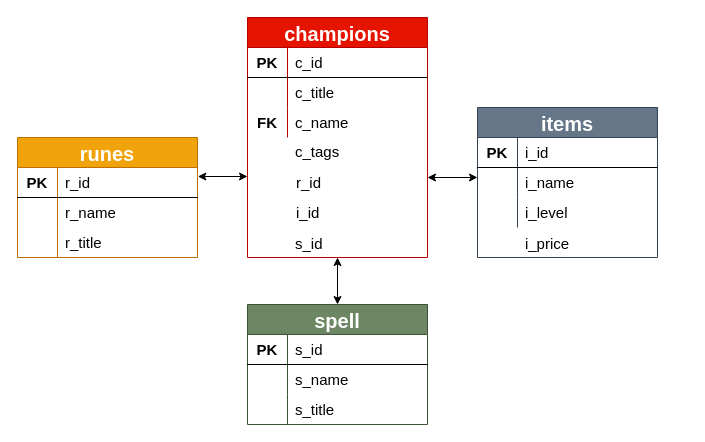
Earlier version of the draw.io diagram Main_Project/diagram/project_lol.drawio (sujeong-jang-creator/JSJB_MiniProject). Source tidied: cells renumbered, new cells numbered last; positions are measured from the earlier drawing's top-left corner, leaving out a move shared by most shapes. Both pictures are drawn from the tidied source at 100%, with x=0, y=0 at pixel (17, 17).
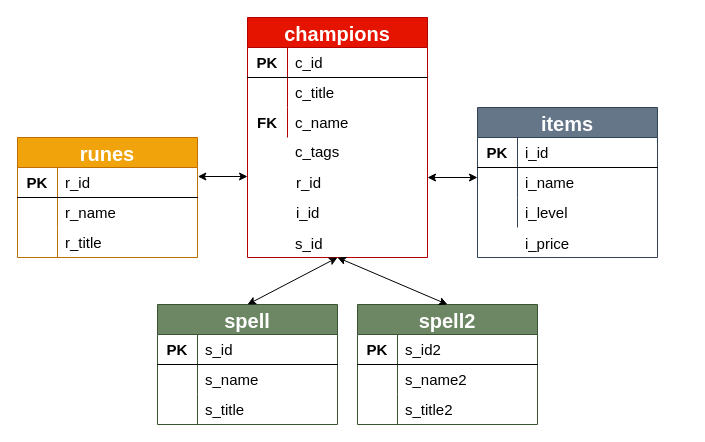
After the change.

Commit message (it also covers changes not shown here):
add table [spell2]

add table [spell2]

The edit, as a diff of the source:
```diff
@@
     <mxCell id="50" value="spell" style="shape=table;startSize=30;childLayout=tableLayout;rowLines=0;fontStyle=1;align=center;fontSize=20;fillColor=#6d8764;strokeColor=#3A5431;fontColor=#ffffff;" parent="1" vertex="1">
-      <mxGeometry x="230" y="287" width="180" height="120" as="geometry" />
+      <mxGeometry x="140" y="287" width="180" height="120" as="geometry" />
     </mxCell>
@@
+    <mxCell id="65" value="spell2" style="shape=table;startSize=30;childLayout=tableLayout;rowLines=0;fontStyle=1;align=center;fontSize=20;fillColor=#6d8764;strokeColor=#3A5431;fontColor=#ffffff;" parent="1" vertex="1">
+      <mxGeometry x="340" y="287" width="180" height="120" as="geometry" />
+    </mxCell>
+    <mxCell id="66" style="shape=partialRectangle;html=1;whiteSpace=wrap;fillColor=none;top=0;left=0;bottom=1;right=0;" parent="65" vertex="1">
+      <mxGeometry y="30" width="180" height="30" as="geometry" />
+    </mxCell>
+    <mxCell id="67" value="&lt;b&gt;&lt;font style=&quot;font-size: 15px&quot;&gt;PK&lt;/font&gt;&lt;/b&gt;" style="shape=partialRectangle;html=1;whiteSpace=wrap;fillColor=none;top=0;left=0;bottom=0;right=0;overflow=hidden;" parent="66" vertex="1">
+      <mxGeometry width="40" height="30" as="geometry" />
+    </mxCell>
+    <mxCell id="68" value="&lt;font style=&quot;font-size: 15px&quot;&gt;s_id2&lt;/font&gt;" style="shape=partialRectangle;html=1;whiteSpace=wrap;fillColor=none;top=0;left=0;bottom=0;right=0;align=left;spacingLeft=6;overflow=hidden;" parent="66" vertex="1">
+      <mxGeometry x="40" width="140" height="30" as="geometry" />
+    </mxCell>
+    <mxCell id="69" style="shape=partialRectangle;html=1;whiteSpace=wrap;fillColor=none;top=0;left=0;bottom=0;right=0;" parent="65" vertex="1">
+      <mxGeometry y="60" width="180" height="30" as="geometry" />
+    </mxCell>
+    <mxCell id="70" style="shape=partialRectangle;html=1;whiteSpace=wrap;fillColor=none;top=0;left=0;bottom=0;right=0;overflow=hidden;" parent="69" vertex="1">
+      <mxGeometry width="40" height="30" as="geometry" />
+    </mxCell>
+    <mxCell id="71" value="&lt;span style=&quot;font-size: 15px&quot;&gt;s_name2&lt;/span&gt;" style="shape=partialRectangle;html=1;whiteSpace=wrap;fillColor=none;top=0;left=0;bottom=0;right=0;align=left;spacingLeft=6;overflow=hidden;" parent="69" vertex="1">
+      <mxGeometry x="40" width="140" height="30" as="geometry" />
+    </mxCell>
+    <mxCell id="72" style="shape=partialRectangle;html=1;whiteSpace=wrap;fillColor=none;top=0;left=0;bottom=0;right=0;" parent="65" vertex="1">
+      <mxGeometry y="90" width="180" height="30" as="geometry" />
+    </mxCell>
+    <mxCell id="73" style="shape=partialRectangle;html=1;whiteSpace=wrap;fillColor=none;top=0;left=0;bottom=0;right=0;overflow=hidden;" parent="72" vertex="1">
+      <mxGeometry width="40" height="30" as="geometry" />
+    </mxCell>
+    <mxCell id="74" value="&lt;span style=&quot;font-size: 15px&quot;&gt;s_title2&lt;/span&gt;" style="shape=partialRectangle;html=1;whiteSpace=wrap;fillColor=none;top=0;left=0;bottom=0;right=0;align=left;spacingLeft=6;overflow=hidden;" parent="72" vertex="1">
+      <mxGeometry x="40" width="140" height="30" as="geometry" />
+    </mxCell>
+    <mxCell id="75" style="endArrow=classic;startArrow=classic;html=1;fontSize=20;fontColor=#FFFFFF;exitX=0.5;exitY=0;exitDx=0;exitDy=0;" parent="1" edge="1" source="65">
+      <mxGeometry relative="1" as="geometry">
+        <mxPoint x="320" y="240" as="targetPoint" />
+      </mxGeometry>
+    </mxCell>
```
